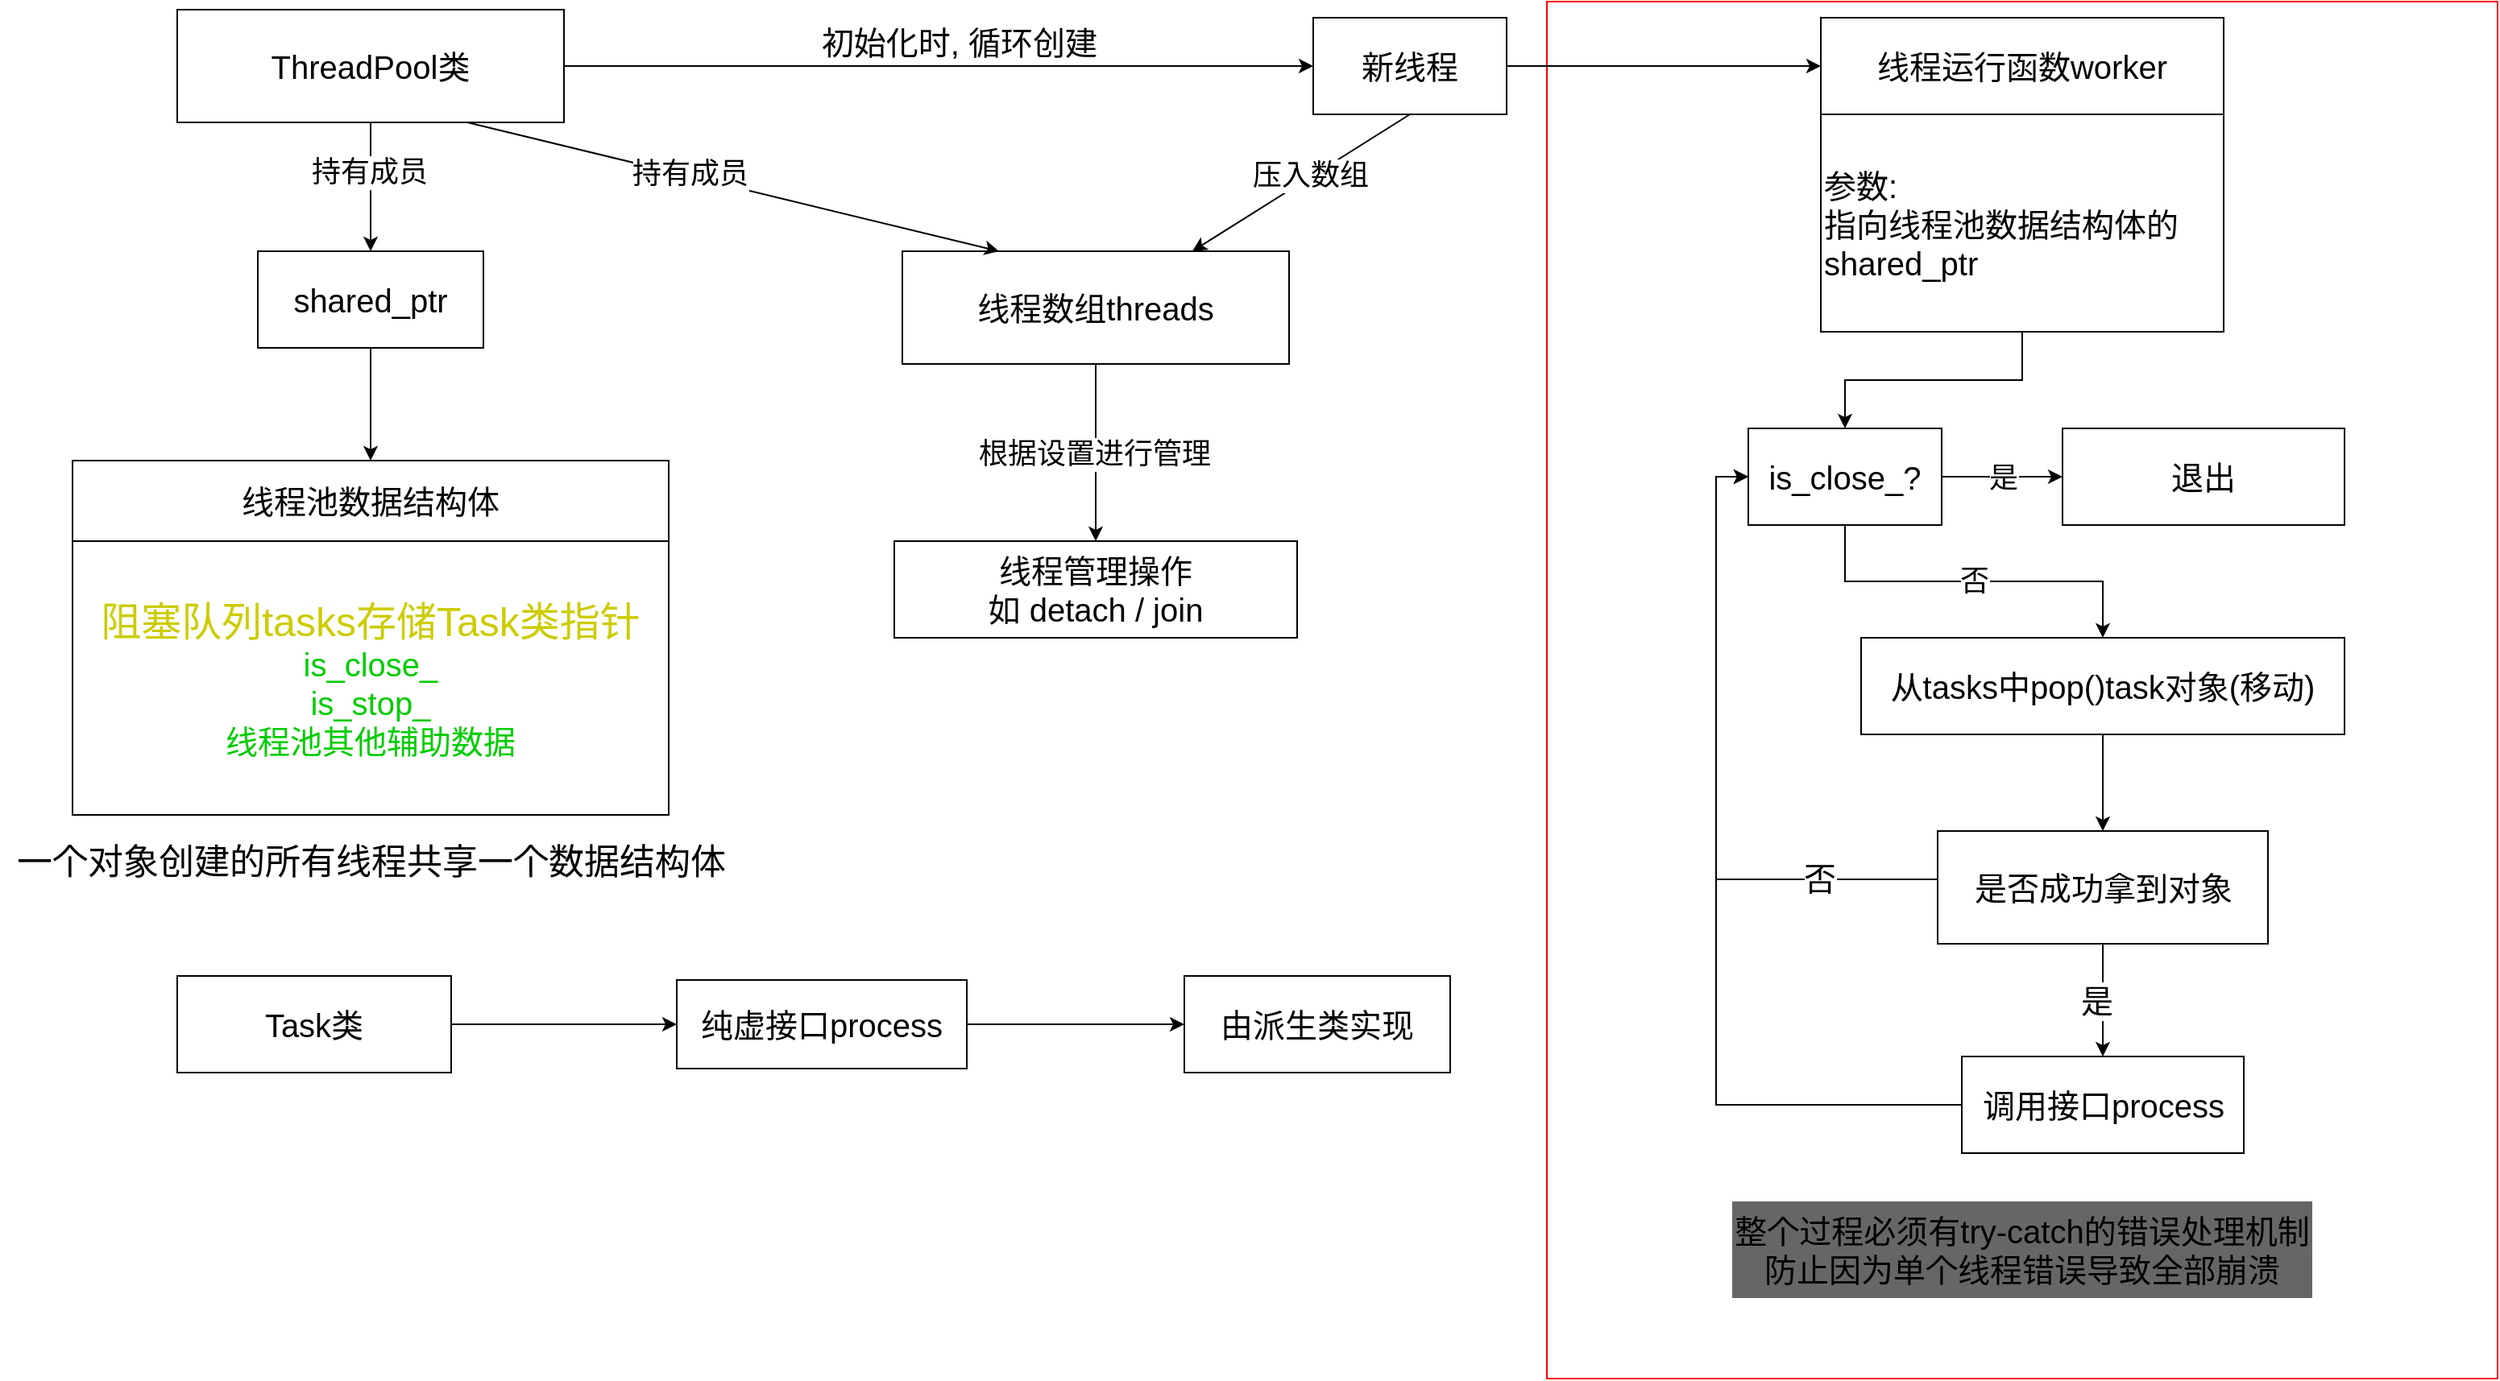
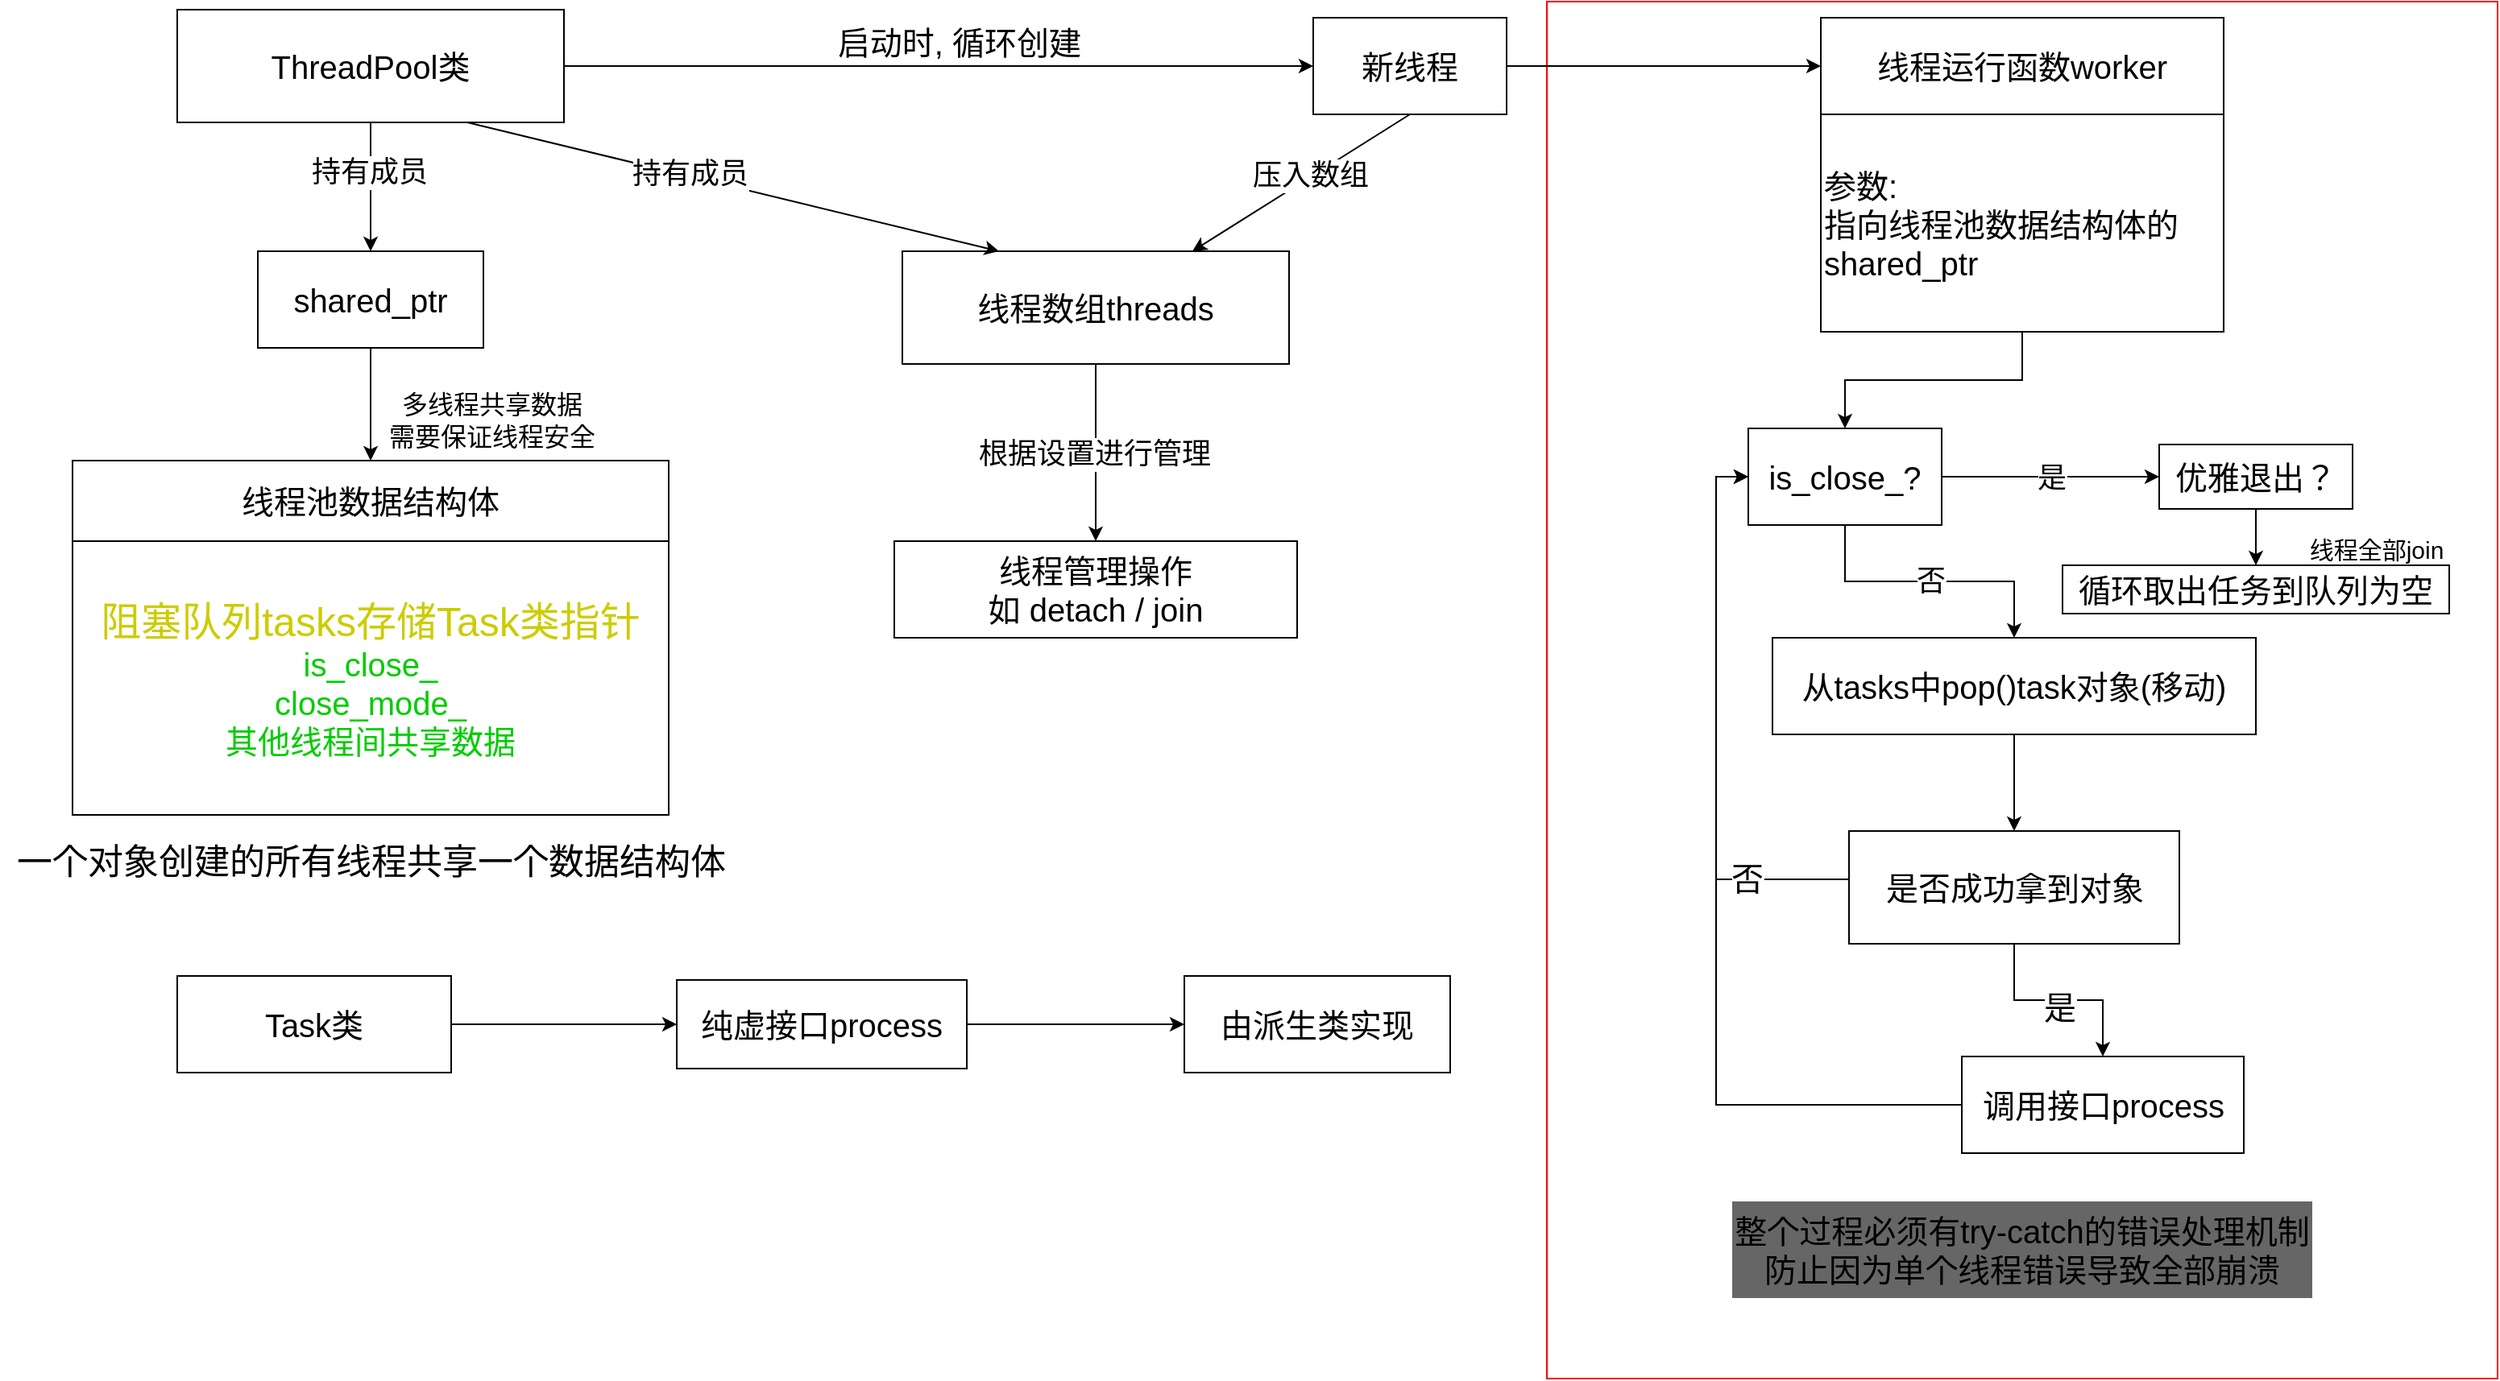
<mxfile host="Electron" agent="Mozilla/5.0 (Windows NT 10.0; Win64; x64) AppleWebKit/537.36 (KHTML, like Gecko) draw.io/24.7.5 Chrome/126.0.6478.183 Electron/31.3.0 Safari/537.36" version="24.7.5">
  <diagram name="第 1 页" id="GhK2odhbapw0kktkASiv">
-     <mxGraphModel dx="1047" dy="867" grid="1" gridSize="10" guides="1" tooltips="1" connect="1" arrows="1" fold="1" page="1" pageScale="1" pageWidth="2000" pageHeight="2000" math="0" shadow="0">
+     <mxGraphModel dx="1108" dy="925" grid="1" gridSize="10" guides="1" tooltips="1" connect="1" arrows="1" fold="1" page="1" pageScale="1" pageWidth="2000" pageHeight="2000" math="0" shadow="0">
      <root>
        <mxCell id="0" />
        <mxCell id="1" parent="0" />
-         <mxCell id="ukWhOIAsz5kRo8QOc8AT-81" value="" style="rounded=0;whiteSpace=wrap;html=1;fillColor=none;strokeColor=#FF0000;movable=0;resizable=0;rotatable=0;deletable=0;editable=0;locked=1;connectable=0;" vertex="1" parent="1">
+         <mxCell id="ukWhOIAsz5kRo8QOc8AT-81" value="" style="rounded=0;whiteSpace=wrap;html=1;fillColor=none;strokeColor=#FF0000;movable=0;resizable=0;rotatable=0;deletable=0;editable=0;locked=1;connectable=0;" parent="1" vertex="1">
          <mxGeometry x="1160" y="665" width="590" height="855" as="geometry" />
        </mxCell>
-         <mxCell id="ukWhOIAsz5kRo8QOc8AT-1" value="&lt;span style=&quot;font-size: 20px;&quot;&gt;线程池数据结构体&lt;/span&gt;" style="rounded=0;whiteSpace=wrap;html=1;" vertex="1" parent="1">
+         <mxCell id="ukWhOIAsz5kRo8QOc8AT-1" value="&lt;span style=&quot;font-size: 20px;&quot;&gt;线程池数据结构体&lt;/span&gt;" style="rounded=0;whiteSpace=wrap;html=1;" parent="1" vertex="1">
          <mxGeometry x="245" y="950" width="370" height="50" as="geometry" />
        </mxCell>
-         <mxCell id="ukWhOIAsz5kRo8QOc8AT-18" value="" style="edgeStyle=orthogonalEdgeStyle;rounded=0;orthogonalLoop=1;jettySize=auto;html=1;" edge="1" parent="1" source="ukWhOIAsz5kRo8QOc8AT-3" target="ukWhOIAsz5kRo8QOc8AT-17">
+         <mxCell id="ukWhOIAsz5kRo8QOc8AT-18" value="" style="edgeStyle=orthogonalEdgeStyle;rounded=0;orthogonalLoop=1;jettySize=auto;html=1;" parent="1" source="ukWhOIAsz5kRo8QOc8AT-3" target="ukWhOIAsz5kRo8QOc8AT-17" edge="1">
          <mxGeometry relative="1" as="geometry" />
        </mxCell>
-         <mxCell id="ukWhOIAsz5kRo8QOc8AT-3" value="Task类" style="rounded=0;whiteSpace=wrap;html=1;fontSize=20;" vertex="1" parent="1">
+         <mxCell id="ukWhOIAsz5kRo8QOc8AT-3" value="Task类" style="rounded=0;whiteSpace=wrap;html=1;fontSize=20;" parent="1" vertex="1">
          <mxGeometry x="310" y="1270" width="170" height="60" as="geometry" />
        </mxCell>
-         <mxCell id="ukWhOIAsz5kRo8QOc8AT-9" style="edgeStyle=orthogonalEdgeStyle;rounded=0;orthogonalLoop=1;jettySize=auto;html=1;entryX=0;entryY=0.5;entryDx=0;entryDy=0;" edge="1" parent="1" source="ukWhOIAsz5kRo8QOc8AT-4" target="ukWhOIAsz5kRo8QOc8AT-5">
+         <mxCell id="ukWhOIAsz5kRo8QOc8AT-9" style="edgeStyle=orthogonalEdgeStyle;rounded=0;orthogonalLoop=1;jettySize=auto;html=1;entryX=0;entryY=0.5;entryDx=0;entryDy=0;" parent="1" source="ukWhOIAsz5kRo8QOc8AT-4" target="ukWhOIAsz5kRo8QOc8AT-5" edge="1">
          <mxGeometry relative="1" as="geometry" />
        </mxCell>
-         <mxCell id="ukWhOIAsz5kRo8QOc8AT-4" value="新线程" style="rounded=0;whiteSpace=wrap;html=1;fontSize=20;" vertex="1" parent="1">
+         <mxCell id="ukWhOIAsz5kRo8QOc8AT-4" value="新线程" style="rounded=0;whiteSpace=wrap;html=1;fontSize=20;" parent="1" vertex="1">
          <mxGeometry x="1015" y="675" width="120" height="60" as="geometry" />
        </mxCell>
-         <mxCell id="ukWhOIAsz5kRo8QOc8AT-5" value="线程运行函数worker" style="rounded=0;whiteSpace=wrap;html=1;fontSize=20;" vertex="1" parent="1">
+         <mxCell id="ukWhOIAsz5kRo8QOc8AT-5" value="线程运行函数worker" style="rounded=0;whiteSpace=wrap;html=1;fontSize=20;" parent="1" vertex="1">
          <mxGeometry x="1330" y="675" width="250" height="60" as="geometry" />
        </mxCell>
-         <mxCell id="ukWhOIAsz5kRo8QOc8AT-11" value="&lt;div&gt;&lt;font color=&quot;#cccc00&quot; style=&quot;font-size: 25px;&quot;&gt;阻塞队列tasks存储Task类指针&lt;/font&gt;&lt;/div&gt;&lt;div&gt;&lt;font color=&quot;#00cc00&quot;&gt;is_close_&lt;/font&gt;&lt;/div&gt;&lt;div&gt;&lt;font color=&quot;#00cc00&quot;&gt;is_stop_&lt;/font&gt;&lt;/div&gt;&lt;div&gt;&lt;font color=&quot;#00cc00&quot;&gt;线程池其他辅助数据&lt;/font&gt;&lt;br&gt;&lt;/div&gt;" style="rounded=0;whiteSpace=wrap;html=1;fontSize=20;" vertex="1" parent="1">
+         <mxCell id="ukWhOIAsz5kRo8QOc8AT-11" value="&lt;div&gt;&lt;font color=&quot;#cccc00&quot; style=&quot;font-size: 25px;&quot;&gt;阻塞队列tasks存储Task类指针&lt;/font&gt;&lt;/div&gt;&lt;div&gt;&lt;font color=&quot;#00cc00&quot;&gt;is_close_&lt;/font&gt;&lt;/div&gt;&lt;div&gt;&lt;font color=&quot;#00cc00&quot;&gt;close_mode_&lt;/font&gt;&lt;/div&gt;&lt;div&gt;&lt;font color=&quot;#00cc00&quot;&gt;其他线程间共享数据&lt;/font&gt;&lt;br&gt;&lt;/div&gt;" style="rounded=0;whiteSpace=wrap;html=1;fontSize=20;" parent="1" vertex="1">
          <mxGeometry x="245" y="1000" width="370" height="170" as="geometry" />
        </mxCell>
-         <mxCell id="ukWhOIAsz5kRo8QOc8AT-12" value="shared_ptr" style="rounded=0;whiteSpace=wrap;html=1;fontSize=20;" vertex="1" parent="1">
+         <mxCell id="ukWhOIAsz5kRo8QOc8AT-12" value="shared_ptr" style="rounded=0;whiteSpace=wrap;html=1;fontSize=20;" parent="1" vertex="1">
          <mxGeometry x="360" y="820" width="140" height="60" as="geometry" />
        </mxCell>
-         <mxCell id="ukWhOIAsz5kRo8QOc8AT-15" value="" style="endArrow=classic;html=1;rounded=0;exitX=0.5;exitY=1;exitDx=0;exitDy=0;entryX=0.5;entryY=0;entryDx=0;entryDy=0;" edge="1" parent="1" source="ukWhOIAsz5kRo8QOc8AT-12" target="ukWhOIAsz5kRo8QOc8AT-1">
+         <mxCell id="ukWhOIAsz5kRo8QOc8AT-15" value="" style="endArrow=classic;html=1;rounded=0;exitX=0.5;exitY=1;exitDx=0;exitDy=0;entryX=0.5;entryY=0;entryDx=0;entryDy=0;" parent="1" source="ukWhOIAsz5kRo8QOc8AT-12" target="ukWhOIAsz5kRo8QOc8AT-1" edge="1">
          <mxGeometry width="50" height="50" relative="1" as="geometry">
            <mxPoint x="695" y="990" as="sourcePoint" />
            <mxPoint x="745" y="940" as="targetPoint" />
          </mxGeometry>
        </mxCell>
-         <mxCell id="ukWhOIAsz5kRo8QOc8AT-43" value="" style="edgeStyle=orthogonalEdgeStyle;rounded=0;orthogonalLoop=1;jettySize=auto;html=1;" edge="1" parent="1" source="ukWhOIAsz5kRo8QOc8AT-17" target="ukWhOIAsz5kRo8QOc8AT-42">
+         <mxCell id="ukWhOIAsz5kRo8QOc8AT-43" value="" style="edgeStyle=orthogonalEdgeStyle;rounded=0;orthogonalLoop=1;jettySize=auto;html=1;" parent="1" source="ukWhOIAsz5kRo8QOc8AT-17" target="ukWhOIAsz5kRo8QOc8AT-42" edge="1">
          <mxGeometry relative="1" as="geometry" />
        </mxCell>
-         <mxCell id="ukWhOIAsz5kRo8QOc8AT-17" value="纯虚接口process" style="whiteSpace=wrap;html=1;fontSize=20;rounded=0;" vertex="1" parent="1">
+         <mxCell id="ukWhOIAsz5kRo8QOc8AT-17" value="纯虚接口process" style="whiteSpace=wrap;html=1;fontSize=20;rounded=0;" parent="1" vertex="1">
          <mxGeometry x="620" y="1272.5" width="180" height="55" as="geometry" />
        </mxCell>
-         <mxCell id="ukWhOIAsz5kRo8QOc8AT-66" style="edgeStyle=orthogonalEdgeStyle;rounded=0;orthogonalLoop=1;jettySize=auto;html=1;entryX=0.5;entryY=0;entryDx=0;entryDy=0;" edge="1" parent="1" source="ukWhOIAsz5kRo8QOc8AT-22" target="ukWhOIAsz5kRo8QOc8AT-65">
+         <mxCell id="ukWhOIAsz5kRo8QOc8AT-66" style="edgeStyle=orthogonalEdgeStyle;rounded=0;orthogonalLoop=1;jettySize=auto;html=1;entryX=0.5;entryY=0;entryDx=0;entryDy=0;" parent="1" source="ukWhOIAsz5kRo8QOc8AT-22" target="ukWhOIAsz5kRo8QOc8AT-65" edge="1">
          <mxGeometry relative="1" as="geometry" />
        </mxCell>
-         <mxCell id="ukWhOIAsz5kRo8QOc8AT-22" value="参数:&lt;div&gt;指向线程池数据结构体的shared_ptr&lt;/div&gt;" style="rounded=0;whiteSpace=wrap;html=1;fontSize=20;align=left;labelPosition=center;verticalLabelPosition=middle;verticalAlign=middle;" vertex="1" parent="1">
+         <mxCell id="ukWhOIAsz5kRo8QOc8AT-22" value="参数:&lt;div&gt;指向线程池数据结构体的shared_ptr&lt;/div&gt;" style="rounded=0;whiteSpace=wrap;html=1;fontSize=20;align=left;labelPosition=center;verticalLabelPosition=middle;verticalAlign=middle;" parent="1" vertex="1">
          <mxGeometry x="1330" y="735" width="250" height="135" as="geometry" />
        </mxCell>
-         <mxCell id="ukWhOIAsz5kRo8QOc8AT-25" style="edgeStyle=orthogonalEdgeStyle;rounded=0;orthogonalLoop=1;jettySize=auto;html=1;entryX=0.5;entryY=0;entryDx=0;entryDy=0;" edge="1" parent="1" source="ukWhOIAsz5kRo8QOc8AT-24" target="ukWhOIAsz5kRo8QOc8AT-12">
+         <mxCell id="ukWhOIAsz5kRo8QOc8AT-25" style="edgeStyle=orthogonalEdgeStyle;rounded=0;orthogonalLoop=1;jettySize=auto;html=1;entryX=0.5;entryY=0;entryDx=0;entryDy=0;" parent="1" source="ukWhOIAsz5kRo8QOc8AT-24" target="ukWhOIAsz5kRo8QOc8AT-12" edge="1">
          <mxGeometry relative="1" as="geometry" />
        </mxCell>
-         <mxCell id="ukWhOIAsz5kRo8QOc8AT-57" value="持有成员" style="edgeLabel;html=1;align=center;verticalAlign=middle;resizable=0;points=[];fontSize=18;" vertex="1" connectable="0" parent="ukWhOIAsz5kRo8QOc8AT-25">
+         <mxCell id="ukWhOIAsz5kRo8QOc8AT-57" value="持有成员" style="edgeLabel;html=1;align=center;verticalAlign=middle;resizable=0;points=[];fontSize=18;" parent="ukWhOIAsz5kRo8QOc8AT-25" vertex="1" connectable="0">
          <mxGeometry x="-0.2343" y="-1" relative="1" as="geometry">
            <mxPoint as="offset" />
          </mxGeometry>
        </mxCell>
-         <mxCell id="ukWhOIAsz5kRo8QOc8AT-31" style="edgeStyle=orthogonalEdgeStyle;rounded=0;orthogonalLoop=1;jettySize=auto;html=1;entryX=0;entryY=0.5;entryDx=0;entryDy=0;" edge="1" parent="1" source="ukWhOIAsz5kRo8QOc8AT-24" target="ukWhOIAsz5kRo8QOc8AT-4">
+         <mxCell id="ukWhOIAsz5kRo8QOc8AT-31" style="edgeStyle=orthogonalEdgeStyle;rounded=0;orthogonalLoop=1;jettySize=auto;html=1;entryX=0;entryY=0.5;entryDx=0;entryDy=0;" parent="1" source="ukWhOIAsz5kRo8QOc8AT-24" target="ukWhOIAsz5kRo8QOc8AT-4" edge="1">
          <mxGeometry relative="1" as="geometry" />
        </mxCell>
-         <mxCell id="ukWhOIAsz5kRo8QOc8AT-24" value="ThreadPool类" style="rounded=0;whiteSpace=wrap;html=1;fontSize=20;" vertex="1" parent="1">
+         <mxCell id="ukWhOIAsz5kRo8QOc8AT-24" value="ThreadPool类" style="rounded=0;whiteSpace=wrap;html=1;fontSize=20;" parent="1" vertex="1">
          <mxGeometry x="310" y="670" width="240" height="70" as="geometry" />
        </mxCell>
-         <mxCell id="ukWhOIAsz5kRo8QOc8AT-30" value="初始化时, 循环创建" style="text;html=1;align=center;verticalAlign=middle;resizable=0;points=[];autosize=1;strokeColor=none;fillColor=none;fontSize=20;" vertex="1" parent="1">
-           <mxGeometry x="700" y="670" width="190" height="40" as="geometry" />
+         <mxCell id="ukWhOIAsz5kRo8QOc8AT-30" value="启动时, 循环创建" style="text;html=1;align=center;verticalAlign=middle;resizable=0;points=[];autosize=1;strokeColor=none;fillColor=none;fontSize=20;" parent="1" vertex="1">
+           <mxGeometry x="710" y="670" width="170" height="40" as="geometry" />
        </mxCell>
-         <mxCell id="ukWhOIAsz5kRo8QOc8AT-32" value="一个对象创建的所有线程共享一个数据结构体" style="text;html=1;align=center;verticalAlign=middle;resizable=0;points=[];autosize=1;strokeColor=none;fillColor=none;fontSize=22;" vertex="1" parent="1">
+         <mxCell id="ukWhOIAsz5kRo8QOc8AT-32" value="一个对象创建的所有线程共享一个数据结构体" style="text;html=1;align=center;verticalAlign=middle;resizable=0;points=[];autosize=1;strokeColor=none;fillColor=none;fontSize=22;" parent="1" vertex="1">
          <mxGeometry x="200" y="1180" width="460" height="40" as="geometry" />
        </mxCell>
-         <mxCell id="ukWhOIAsz5kRo8QOc8AT-38" style="edgeStyle=orthogonalEdgeStyle;rounded=0;orthogonalLoop=1;jettySize=auto;html=1;entryX=0.5;entryY=0;entryDx=0;entryDy=0;" edge="1" parent="1" source="ukWhOIAsz5kRo8QOc8AT-34" target="ukWhOIAsz5kRo8QOc8AT-37">
+         <mxCell id="ukWhOIAsz5kRo8QOc8AT-38" style="edgeStyle=orthogonalEdgeStyle;rounded=0;orthogonalLoop=1;jettySize=auto;html=1;entryX=0.5;entryY=0;entryDx=0;entryDy=0;" parent="1" source="ukWhOIAsz5kRo8QOc8AT-34" target="ukWhOIAsz5kRo8QOc8AT-37" edge="1">
          <mxGeometry relative="1" as="geometry" />
        </mxCell>
-         <mxCell id="ukWhOIAsz5kRo8QOc8AT-34" value="从tasks中pop()task对象(移动)" style="whiteSpace=wrap;html=1;fontSize=20;align=center;rounded=0;" vertex="1" parent="1">
-           <mxGeometry x="1355" y="1060" width="300" height="60" as="geometry" />
+         <mxCell id="ukWhOIAsz5kRo8QOc8AT-34" value="从tasks中pop()task对象(移动)" style="whiteSpace=wrap;html=1;fontSize=20;align=center;rounded=0;" parent="1" vertex="1">
+           <mxGeometry x="1300" y="1060" width="300" height="60" as="geometry" />
        </mxCell>
-         <mxCell id="ukWhOIAsz5kRo8QOc8AT-40" value="" style="edgeStyle=orthogonalEdgeStyle;rounded=0;orthogonalLoop=1;jettySize=auto;html=1;" edge="1" parent="1" source="ukWhOIAsz5kRo8QOc8AT-37" target="ukWhOIAsz5kRo8QOc8AT-39">
+         <mxCell id="ukWhOIAsz5kRo8QOc8AT-40" value="" style="edgeStyle=orthogonalEdgeStyle;rounded=0;orthogonalLoop=1;jettySize=auto;html=1;" parent="1" source="ukWhOIAsz5kRo8QOc8AT-37" target="ukWhOIAsz5kRo8QOc8AT-39" edge="1">
          <mxGeometry relative="1" as="geometry" />
        </mxCell>
-         <mxCell id="ukWhOIAsz5kRo8QOc8AT-48" value="是" style="edgeLabel;html=1;align=center;verticalAlign=middle;resizable=0;points=[];fontSize=20;" vertex="1" connectable="0" parent="ukWhOIAsz5kRo8QOc8AT-40">
+         <mxCell id="ukWhOIAsz5kRo8QOc8AT-48" value="是" style="edgeLabel;html=1;align=center;verticalAlign=middle;resizable=0;points=[];fontSize=20;" parent="ukWhOIAsz5kRo8QOc8AT-40" vertex="1" connectable="0">
          <mxGeometry x="0.0059" y="-4" relative="1" as="geometry">
            <mxPoint as="offset" />
          </mxGeometry>
        </mxCell>
-         <mxCell id="ukWhOIAsz5kRo8QOc8AT-78" style="edgeStyle=orthogonalEdgeStyle;rounded=0;orthogonalLoop=1;jettySize=auto;html=1;entryX=0;entryY=0.5;entryDx=0;entryDy=0;" edge="1" parent="1" source="ukWhOIAsz5kRo8QOc8AT-37" target="ukWhOIAsz5kRo8QOc8AT-65">
+         <mxCell id="ukWhOIAsz5kRo8QOc8AT-78" style="edgeStyle=orthogonalEdgeStyle;rounded=0;orthogonalLoop=1;jettySize=auto;html=1;entryX=0;entryY=0.5;entryDx=0;entryDy=0;" parent="1" source="ukWhOIAsz5kRo8QOc8AT-37" target="ukWhOIAsz5kRo8QOc8AT-65" edge="1">
          <mxGeometry relative="1" as="geometry">
            <Array as="points">
              <mxPoint x="1265" y="1210" />
              <mxPoint x="1265" y="960" />
            </Array>
          </mxGeometry>
        </mxCell>
-         <mxCell id="ukWhOIAsz5kRo8QOc8AT-80" value="否" style="edgeLabel;html=1;align=center;verticalAlign=middle;resizable=0;points=[];fontSize=20;" vertex="1" connectable="0" parent="ukWhOIAsz5kRo8QOc8AT-78">
+         <mxCell id="ukWhOIAsz5kRo8QOc8AT-80" value="否" style="edgeLabel;html=1;align=center;verticalAlign=middle;resizable=0;points=[];fontSize=20;" parent="ukWhOIAsz5kRo8QOc8AT-78" vertex="1" connectable="0">
          <mxGeometry x="-0.6356" y="-1" relative="1" as="geometry">
            <mxPoint as="offset" />
          </mxGeometry>
        </mxCell>
-         <mxCell id="ukWhOIAsz5kRo8QOc8AT-37" value="是否成功拿到对象" style="whiteSpace=wrap;html=1;fontSize=20;align=center;rounded=0;" vertex="1" parent="1">
-           <mxGeometry x="1402.5" y="1180" width="205" height="70" as="geometry" />
+         <mxCell id="ukWhOIAsz5kRo8QOc8AT-37" value="是否成功拿到对象" style="whiteSpace=wrap;html=1;fontSize=20;align=center;rounded=0;" parent="1" vertex="1">
+           <mxGeometry x="1347.5" y="1180" width="205" height="70" as="geometry" />
        </mxCell>
-         <mxCell id="ukWhOIAsz5kRo8QOc8AT-79" style="edgeStyle=orthogonalEdgeStyle;rounded=0;orthogonalLoop=1;jettySize=auto;html=1;entryX=0;entryY=0.5;entryDx=0;entryDy=0;" edge="1" parent="1" source="ukWhOIAsz5kRo8QOc8AT-39" target="ukWhOIAsz5kRo8QOc8AT-65">
+         <mxCell id="ukWhOIAsz5kRo8QOc8AT-79" style="edgeStyle=orthogonalEdgeStyle;rounded=0;orthogonalLoop=1;jettySize=auto;html=1;entryX=0;entryY=0.5;entryDx=0;entryDy=0;" parent="1" source="ukWhOIAsz5kRo8QOc8AT-39" target="ukWhOIAsz5kRo8QOc8AT-65" edge="1">
          <mxGeometry relative="1" as="geometry" />
        </mxCell>
-         <mxCell id="ukWhOIAsz5kRo8QOc8AT-39" value="调用接口process" style="whiteSpace=wrap;html=1;fontSize=20;rounded=0;" vertex="1" parent="1">
+         <mxCell id="ukWhOIAsz5kRo8QOc8AT-39" value="调用接口process" style="whiteSpace=wrap;html=1;fontSize=20;rounded=0;" parent="1" vertex="1">
          <mxGeometry x="1417.5" y="1320" width="175" height="60" as="geometry" />
        </mxCell>
-         <mxCell id="ukWhOIAsz5kRo8QOc8AT-42" value="由派生类实现" style="whiteSpace=wrap;html=1;fontSize=20;rounded=0;" vertex="1" parent="1">
+         <mxCell id="ukWhOIAsz5kRo8QOc8AT-42" value="由派生类实现" style="whiteSpace=wrap;html=1;fontSize=20;rounded=0;" parent="1" vertex="1">
          <mxGeometry x="935" y="1270" width="165" height="60" as="geometry" />
        </mxCell>
-         <mxCell id="ukWhOIAsz5kRo8QOc8AT-63" value="" style="edgeStyle=orthogonalEdgeStyle;rounded=0;orthogonalLoop=1;jettySize=auto;html=1;" edge="1" parent="1" source="ukWhOIAsz5kRo8QOc8AT-54" target="ukWhOIAsz5kRo8QOc8AT-62">
+         <mxCell id="ukWhOIAsz5kRo8QOc8AT-63" value="" style="edgeStyle=orthogonalEdgeStyle;rounded=0;orthogonalLoop=1;jettySize=auto;html=1;" parent="1" source="ukWhOIAsz5kRo8QOc8AT-54" target="ukWhOIAsz5kRo8QOc8AT-62" edge="1">
          <mxGeometry relative="1" as="geometry" />
        </mxCell>
-         <mxCell id="ukWhOIAsz5kRo8QOc8AT-64" value="根据设置进行管理" style="edgeLabel;html=1;align=center;verticalAlign=middle;resizable=0;points=[];fontSize=18;" vertex="1" connectable="0" parent="ukWhOIAsz5kRo8QOc8AT-63">
+         <mxCell id="ukWhOIAsz5kRo8QOc8AT-64" value="根据设置进行管理" style="edgeLabel;html=1;align=center;verticalAlign=middle;resizable=0;points=[];fontSize=18;" parent="ukWhOIAsz5kRo8QOc8AT-63" vertex="1" connectable="0">
          <mxGeometry x="0.0277" y="-1" relative="1" as="geometry">
            <mxPoint y="-1" as="offset" />
          </mxGeometry>
        </mxCell>
-         <mxCell id="ukWhOIAsz5kRo8QOc8AT-54" value="线程数组threads" style="rounded=0;whiteSpace=wrap;html=1;fontSize=20;" vertex="1" parent="1">
+         <mxCell id="ukWhOIAsz5kRo8QOc8AT-54" value="线程数组threads" style="rounded=0;whiteSpace=wrap;html=1;fontSize=20;" parent="1" vertex="1">
          <mxGeometry x="760" y="820" width="240" height="70" as="geometry" />
        </mxCell>
-         <mxCell id="ukWhOIAsz5kRo8QOc8AT-55" value="" style="endArrow=classic;html=1;rounded=0;exitX=0.75;exitY=1;exitDx=0;exitDy=0;entryX=0.25;entryY=0;entryDx=0;entryDy=0;" edge="1" parent="1" source="ukWhOIAsz5kRo8QOc8AT-24" target="ukWhOIAsz5kRo8QOc8AT-54">
+         <mxCell id="ukWhOIAsz5kRo8QOc8AT-55" value="" style="endArrow=classic;html=1;rounded=0;exitX=0.75;exitY=1;exitDx=0;exitDy=0;entryX=0.25;entryY=0;entryDx=0;entryDy=0;" parent="1" source="ukWhOIAsz5kRo8QOc8AT-24" target="ukWhOIAsz5kRo8QOc8AT-54" edge="1">
          <mxGeometry width="50" height="50" relative="1" as="geometry">
            <mxPoint x="840" y="920" as="sourcePoint" />
            <mxPoint x="890" y="870" as="targetPoint" />
          </mxGeometry>
        </mxCell>
-         <mxCell id="ukWhOIAsz5kRo8QOc8AT-56" value="持有成员" style="edgeLabel;html=1;align=center;verticalAlign=middle;resizable=0;points=[];fontSize=18;" vertex="1" connectable="0" parent="ukWhOIAsz5kRo8QOc8AT-55">
+         <mxCell id="ukWhOIAsz5kRo8QOc8AT-56" value="持有成员" style="edgeLabel;html=1;align=center;verticalAlign=middle;resizable=0;points=[];fontSize=18;" parent="ukWhOIAsz5kRo8QOc8AT-55" vertex="1" connectable="0">
          <mxGeometry x="-0.1673" y="2" relative="1" as="geometry">
            <mxPoint as="offset" />
          </mxGeometry>
        </mxCell>
-         <mxCell id="ukWhOIAsz5kRo8QOc8AT-58" value="" style="endArrow=classic;html=1;rounded=0;exitX=0.5;exitY=1;exitDx=0;exitDy=0;entryX=0.75;entryY=0;entryDx=0;entryDy=0;" edge="1" parent="1" source="ukWhOIAsz5kRo8QOc8AT-4" target="ukWhOIAsz5kRo8QOc8AT-54">
+         <mxCell id="ukWhOIAsz5kRo8QOc8AT-58" value="" style="endArrow=classic;html=1;rounded=0;exitX=0.5;exitY=1;exitDx=0;exitDy=0;entryX=0.75;entryY=0;entryDx=0;entryDy=0;" parent="1" source="ukWhOIAsz5kRo8QOc8AT-4" target="ukWhOIAsz5kRo8QOc8AT-54" edge="1">
          <mxGeometry width="50" height="50" relative="1" as="geometry">
            <mxPoint x="810" y="940" as="sourcePoint" />
            <mxPoint x="860" y="890" as="targetPoint" />
          </mxGeometry>
        </mxCell>
-         <mxCell id="ukWhOIAsz5kRo8QOc8AT-59" value="压入数组" style="edgeLabel;html=1;align=center;verticalAlign=middle;resizable=0;points=[];fontSize=18;" vertex="1" connectable="0" parent="ukWhOIAsz5kRo8QOc8AT-58">
+         <mxCell id="ukWhOIAsz5kRo8QOc8AT-59" value="压入数组" style="edgeLabel;html=1;align=center;verticalAlign=middle;resizable=0;points=[];fontSize=18;" parent="ukWhOIAsz5kRo8QOc8AT-58" vertex="1" connectable="0">
          <mxGeometry x="-0.0852" y="-1" relative="1" as="geometry">
            <mxPoint as="offset" />
          </mxGeometry>
        </mxCell>
-         <mxCell id="ukWhOIAsz5kRo8QOc8AT-62" value="线程管理操作&lt;div&gt;如 detach / join&lt;/div&gt;" style="whiteSpace=wrap;html=1;fontSize=20;rounded=0;" vertex="1" parent="1">
+         <mxCell id="ukWhOIAsz5kRo8QOc8AT-62" value="线程管理操作&lt;div&gt;如 detach / join&lt;/div&gt;" style="whiteSpace=wrap;html=1;fontSize=20;rounded=0;" parent="1" vertex="1">
          <mxGeometry x="755" y="1000" width="250" height="60" as="geometry" />
        </mxCell>
-         <mxCell id="ukWhOIAsz5kRo8QOc8AT-67" value="否" style="edgeStyle=orthogonalEdgeStyle;rounded=0;orthogonalLoop=1;jettySize=auto;html=1;entryX=0.5;entryY=0;entryDx=0;entryDy=0;fontSize=18;" edge="1" parent="1" source="ukWhOIAsz5kRo8QOc8AT-65" target="ukWhOIAsz5kRo8QOc8AT-34">
+         <mxCell id="ukWhOIAsz5kRo8QOc8AT-67" value="否" style="edgeStyle=orthogonalEdgeStyle;rounded=0;orthogonalLoop=1;jettySize=auto;html=1;entryX=0.5;entryY=0;entryDx=0;entryDy=0;fontSize=18;" parent="1" source="ukWhOIAsz5kRo8QOc8AT-65" target="ukWhOIAsz5kRo8QOc8AT-34" edge="1">
          <mxGeometry relative="1" as="geometry" />
        </mxCell>
-         <mxCell id="ukWhOIAsz5kRo8QOc8AT-71" style="edgeStyle=orthogonalEdgeStyle;rounded=0;orthogonalLoop=1;jettySize=auto;html=1;entryX=0;entryY=0.5;entryDx=0;entryDy=0;" edge="1" parent="1" source="ukWhOIAsz5kRo8QOc8AT-65" target="ukWhOIAsz5kRo8QOc8AT-69">
+         <mxCell id="ukWhOIAsz5kRo8QOc8AT-71" style="edgeStyle=orthogonalEdgeStyle;rounded=0;orthogonalLoop=1;jettySize=auto;html=1;entryX=0;entryY=0.5;entryDx=0;entryDy=0;" parent="1" source="ukWhOIAsz5kRo8QOc8AT-65" target="ukWhOIAsz5kRo8QOc8AT-69" edge="1">
          <mxGeometry relative="1" as="geometry" />
        </mxCell>
-         <mxCell id="ukWhOIAsz5kRo8QOc8AT-75" value="是" style="edgeLabel;html=1;align=center;verticalAlign=middle;resizable=0;points=[];fontSize=18;" vertex="1" connectable="0" parent="ukWhOIAsz5kRo8QOc8AT-71">
+         <mxCell id="ukWhOIAsz5kRo8QOc8AT-75" value="是" style="edgeLabel;html=1;align=center;verticalAlign=middle;resizable=0;points=[];fontSize=18;" parent="ukWhOIAsz5kRo8QOc8AT-71" vertex="1" connectable="0">
          <mxGeometry x="0.0007" y="-1" relative="1" as="geometry">
            <mxPoint as="offset" />
          </mxGeometry>
        </mxCell>
-         <mxCell id="ukWhOIAsz5kRo8QOc8AT-65" value="is_close_?" style="whiteSpace=wrap;html=1;fontSize=20;rounded=0;" vertex="1" parent="1">
+         <mxCell id="ukWhOIAsz5kRo8QOc8AT-65" value="is_close_?" style="whiteSpace=wrap;html=1;fontSize=20;rounded=0;" parent="1" vertex="1">
          <mxGeometry x="1285" y="930" width="120" height="60" as="geometry" />
        </mxCell>
-         <mxCell id="ukWhOIAsz5kRo8QOc8AT-69" value="退出" style="whiteSpace=wrap;html=1;fontSize=20;rounded=0;" vertex="1" parent="1">
-           <mxGeometry x="1480" y="930" width="175" height="60" as="geometry" />
+         <mxCell id="nvOI1olE2xLT2cXIvA9p-2" value="" style="edgeStyle=orthogonalEdgeStyle;rounded=0;orthogonalLoop=1;jettySize=auto;html=1;" parent="1" source="ukWhOIAsz5kRo8QOc8AT-69" target="nvOI1olE2xLT2cXIvA9p-1" edge="1">
+           <mxGeometry relative="1" as="geometry" />
        </mxCell>
-         <mxCell id="ukWhOIAsz5kRo8QOc8AT-82" value="整个过程必须有try-catch的错误处理机制&lt;div style=&quot;font-size: 20px;&quot;&gt;防止因为单个线程错误导致全部崩溃&lt;/div&gt;" style="text;html=1;align=center;verticalAlign=middle;whiteSpace=wrap;rounded=0;fontSize=20;fontColor=default;fillColor=#666666;" vertex="1" parent="1">
+         <mxCell id="ukWhOIAsz5kRo8QOc8AT-69" value="优雅退出？" style="whiteSpace=wrap;html=1;fontSize=20;rounded=0;" parent="1" vertex="1">
+           <mxGeometry x="1540" y="940" width="120" height="40" as="geometry" />
+         </mxCell>
+         <mxCell id="ukWhOIAsz5kRo8QOc8AT-82" value="整个过程必须有try-catch的错误处理机制&lt;div style=&quot;font-size: 20px;&quot;&gt;防止因为单个线程错误导致全部崩溃&lt;/div&gt;" style="text;html=1;align=center;verticalAlign=middle;whiteSpace=wrap;rounded=0;fontSize=20;fontColor=default;fillColor=#666666;" parent="1" vertex="1">
          <mxGeometry x="1275" y="1410" width="360" height="60" as="geometry" />
+         </mxCell>
+         <mxCell id="nvOI1olE2xLT2cXIvA9p-1" value="循环取出任务到队列为空" style="whiteSpace=wrap;html=1;fontSize=20;rounded=0;" parent="1" vertex="1">
+           <mxGeometry x="1480" y="1015" width="240" height="30" as="geometry" />
+         </mxCell>
+         <mxCell id="nvOI1olE2xLT2cXIvA9p-3" value="线程全部join" style="text;html=1;align=center;verticalAlign=middle;whiteSpace=wrap;rounded=0;fontSize=15;" parent="1" vertex="1">
+           <mxGeometry x="1630" y="990" width="90" height="30" as="geometry" />
+         </mxCell>
+         <mxCell id="1Lal3jdMVbTjiWdoQtfF-1" value="多线程共享数据&lt;div&gt;需要保证线程安全&lt;/div&gt;" style="text;html=1;align=center;verticalAlign=middle;resizable=0;points=[];autosize=1;strokeColor=none;fillColor=none;strokeWidth=1;fontSize=16;" vertex="1" parent="1">
+           <mxGeometry x="430" y="900" width="150" height="50" as="geometry" />
        </mxCell>
      </root>
    </mxGraphModel>
  </diagram>
</mxfile>
